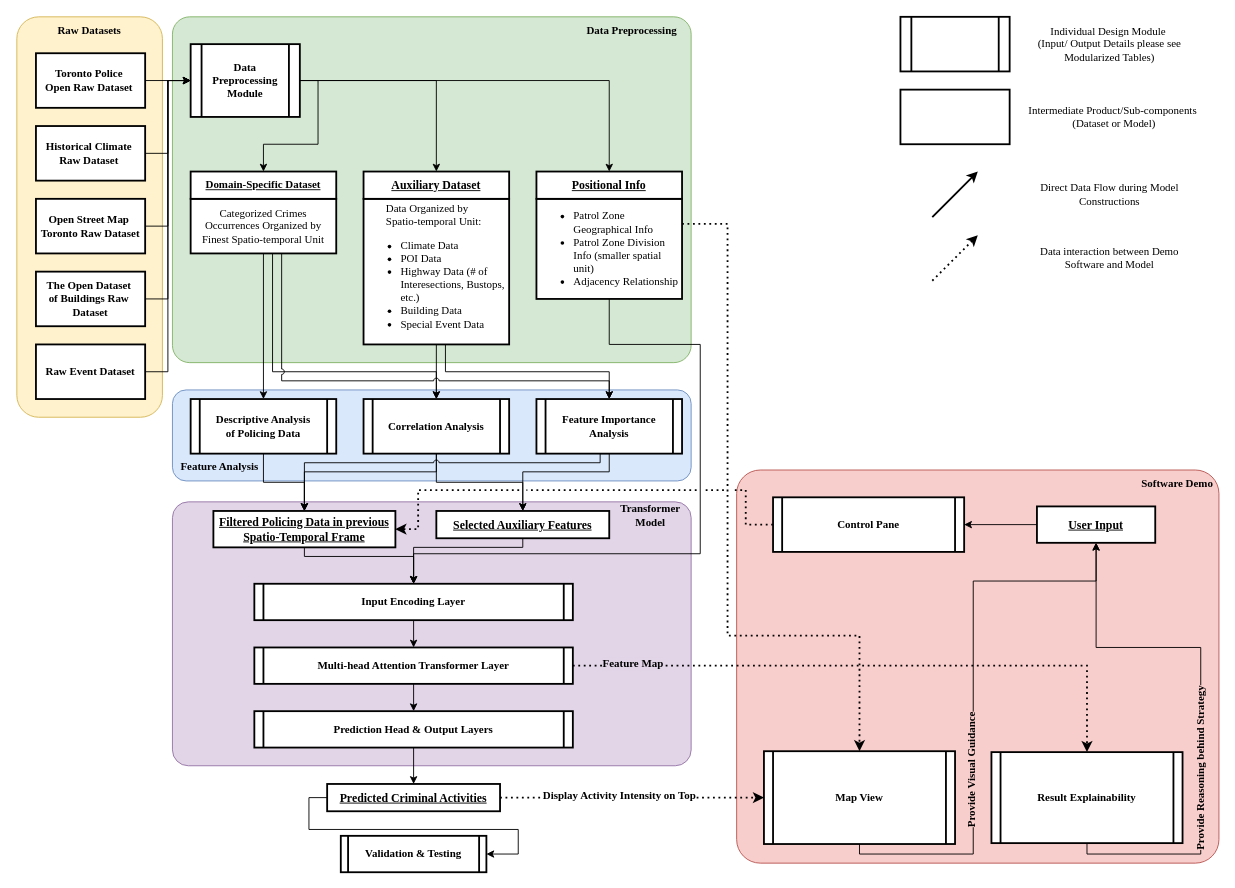
The draw.io diagram data_analysis_initial/Untitled Diagram.drawio in capstone-923/ideal-police, before the edit. Source tidied: cells renumbered, new cells numbered last; positions are measured from the earlier drawing's top-left corner, leaving out a move shared by most shapes. Both pictures are drawn from the tidied source at 91%, with x=0, y=0 at pixel (16, 16).
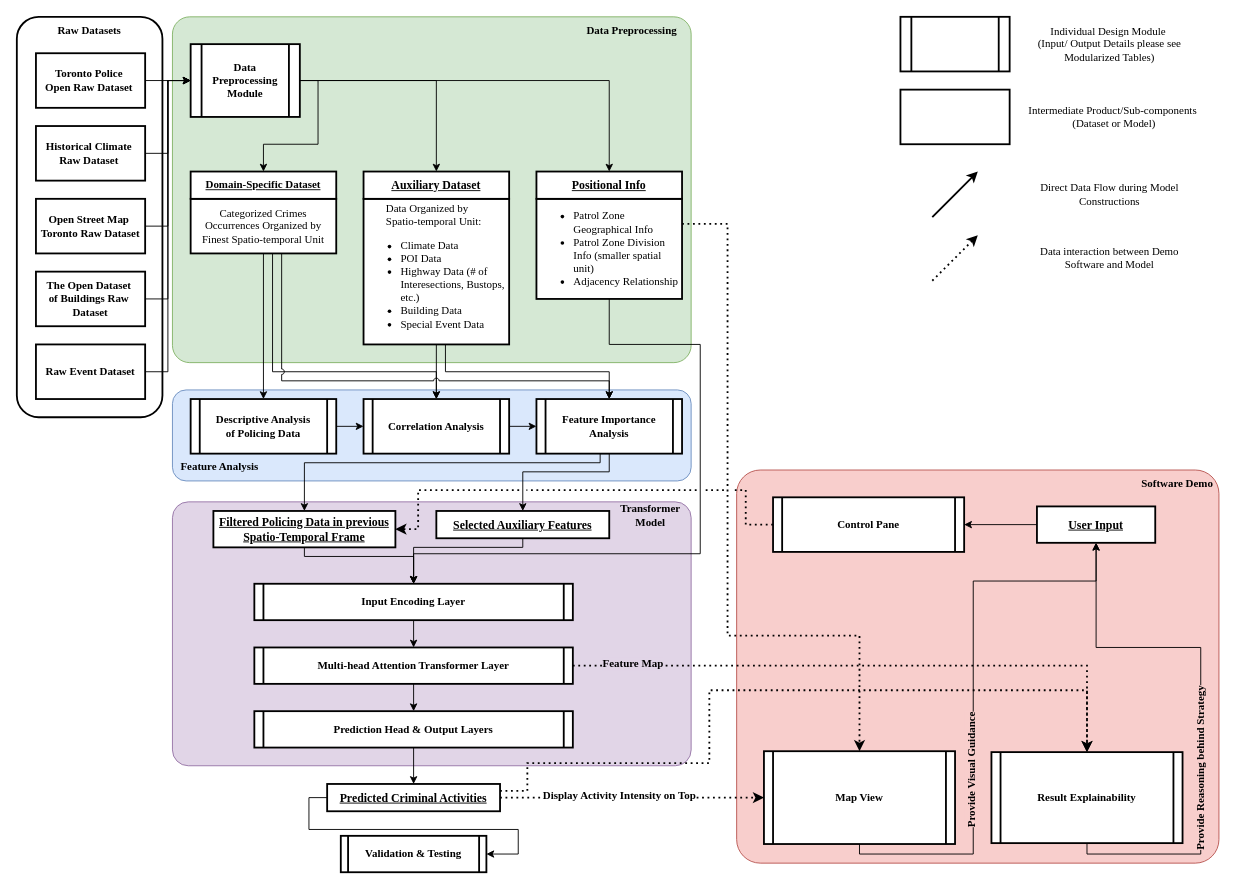
The same page after the edit.

The change refers to these unchanged cells:
```xml
<mxCell id="36" value="Descriptive Analysis&lt;div&gt;of Policing Data&lt;/div&gt;" style="shape=process;whiteSpace=wrap;html=1;backgroundOutline=1;size=0.0625;strokeWidth=2;fontFamily=Times New Roman;fontStyle=1;" parent="1" vertex="1">
  <mxGeometry x="191" y="420" width="160" height="60" as="geometry" />
</mxCell>
<mxCell id="39" value="Correlation Analysis" style="shape=process;whiteSpace=wrap;html=1;backgroundOutline=1;size=0.0625;strokeWidth=2;fontFamily=Times New Roman;fontStyle=1;" parent="1" vertex="1">
  <mxGeometry x="381" y="420" width="160" height="60" as="geometry" />
</mxCell>
<mxCell id="42" value="Feature Importance Analysis" style="shape=process;whiteSpace=wrap;html=1;backgroundOutline=1;size=0.0625;strokeWidth=2;fontFamily=Times New Roman;fontStyle=1;" parent="1" vertex="1">
  <mxGeometry x="571" y="420" width="160" height="60" as="geometry" />
</mxCell>
<mxCell id="44" value="&lt;p class=&quot;p1&quot; style=&quot;margin: 0px; font-stretch: normal; font-size: 13px; line-height: normal; font-size-adjust: none; font-kerning: auto; font-variant-alternates: normal; font-variant-ligatures: normal; font-variant-numeric: normal; font-variant-east-asian: normal; font-variant-position: normal; font-feature-settings: normal; font-optical-sizing: auto; font-variation-settings: normal; text-align: start;&quot;&gt;Selected Auxiliary Features&lt;/p&gt;" style="rounded=0;whiteSpace=wrap;html=1;strokeWidth=2;fontStyle=5;fontFamily=Times New Roman;glass=0;" parent="1" vertex="1">
  <mxGeometry x="461" y="543" width="190" height="30" as="geometry" />
</mxCell>
<mxCell id="46" value="&lt;p style=&quot;margin: 0px; font-stretch: normal; font-size: 13px; line-height: normal; font-size-adjust: none; font-kerning: auto; font-variant-alternates: normal; font-variant-ligatures: normal; font-variant-numeric: normal; font-variant-east-asian: normal; font-variant-position: normal; font-feature-settings: normal; font-optical-sizing: auto; font-variation-settings: normal;&quot; class=&quot;p1&quot;&gt;Filtered Policing Data in previous Spatio-Temporal Frame&lt;/p&gt;" style="rounded=0;whiteSpace=wrap;html=1;strokeWidth=2;fontStyle=5;fontFamily=Times New Roman;glass=0;align=center;" parent="1" vertex="1">
  <mxGeometry x="216" y="543" width="200" height="40" as="geometry" />
</mxCell>
<mxCell id="58" value="&lt;p class=&quot;p1&quot; style=&quot;margin: 0px; font-stretch: normal; font-size: 13px; line-height: normal; font-size-adjust: none; font-kerning: auto; font-variant-alternates: normal; font-variant-ligatures: normal; font-variant-numeric: normal; font-variant-east-asian: normal; font-variant-position: normal; font-feature-settings: normal; font-optical-sizing: auto; font-variation-settings: normal; text-align: start;&quot;&gt;Predicted Criminal Activities&lt;/p&gt;" style="rounded=0;whiteSpace=wrap;html=1;strokeWidth=2;fontStyle=5;fontFamily=Times New Roman;glass=0;" parent="1" vertex="1">
  <mxGeometry x="341" y="843" width="190" height="30" as="geometry" />
</mxCell>
<mxCell id="67" value="Result Explainability" style="shape=process;whiteSpace=wrap;html=1;backgroundOutline=1;strokeWidth=2;size=0.047619047619047616;fontFamily=Times New Roman;fontStyle=1;" parent="1" vertex="1">
  <mxGeometry x="1071" y="808" width="210" height="100" as="geometry" />
</mxCell>
```

The edit, as a diff of the source:
```diff
@@
-    <mxCell id="6" style="rounded=1;whiteSpace=wrap;html=1;fillColor=#fff2cc;strokeColor=#d6b656;" parent="1" vertex="1">
+    <mxCell id="6" style="rounded=1;whiteSpace=wrap;html=1;fillColor=none;strokeColor=#000000;strokeWidth=2;" parent="1" vertex="1">
       <mxGeometry width="160" height="440" as="geometry" />
     </mxCell>
@@
-    <mxCell id="35" style="edgeStyle=orthogonalEdgeStyle;rounded=0;jettySize=auto;html=1;exitX=0.5;exitY=1;exitDx=0;exitDy=0;entryX=0.5;entryY=0;entryDx=0;entryDy=0;" parent="1" edge="1" source="36" target="46">
-      <mxGeometry relative="1" as="geometry" />
-    </mxCell>
+    <mxCell id="82" style="edgeStyle=orthogonalEdgeStyle;rounded=0;jettySize=auto;html=1;exitX=1;exitY=0.5;exitDx=0;exitDy=0;entryX=0;entryY=0.5;entryDx=0;entryDy=0;" parent="1" edge="1" source="36" target="39">
+      <mxGeometry relative="1" as="geometry" />
+    </mxCell>
@@
-    <mxCell id="37" style="edgeStyle=orthogonalEdgeStyle;rounded=0;jettySize=auto;html=1;exitX=0.5;exitY=1;exitDx=0;exitDy=0;entryX=0.5;entryY=0;entryDx=0;entryDy=0;" parent="1" edge="1" source="39" target="44">
-      <mxGeometry relative="1" as="geometry" />
-    </mxCell>
-    <mxCell id="38" style="edgeStyle=orthogonalEdgeStyle;rounded=0;jettySize=auto;html=1;exitX=0.5;exitY=1;exitDx=0;exitDy=0;entryX=0.5;entryY=0;entryDx=0;entryDy=0;" parent="1" edge="1" source="39" target="46">
-      <mxGeometry relative="1" as="geometry">
-        <Array as="points">
-          <mxPoint x="461" y="500" />
-          <mxPoint x="316" y="500" />
-        </Array>
-      </mxGeometry>
-    </mxCell>
+    <mxCell id="83" style="edgeStyle=orthogonalEdgeStyle;rounded=0;jettySize=auto;html=1;exitX=1;exitY=0.5;exitDx=0;exitDy=0;entryX=0;entryY=0.5;entryDx=0;entryDy=0;" parent="1" edge="1" source="39" target="42">
+      <mxGeometry relative="1" as="geometry" />
+    </mxCell>
@@
+    <mxCell id="84" style="edgeStyle=orthogonalEdgeStyle;rounded=0;jettySize=auto;html=1;exitX=1;exitY=0.25;exitDx=0;exitDy=0;entryX=0.5;entryY=0;entryDx=0;entryDy=0;strokeWidth=2;dashed=1;dashPattern=1 2;" parent="1" edge="1" source="58" target="67">
+      <mxGeometry relative="1" as="geometry">
+        <Array as="points">
+          <mxPoint x="561" y="851" />
+          <mxPoint x="561" y="820" />
+          <mxPoint x="761" y="820" />
+          <mxPoint x="761" y="740" />
+          <mxPoint x="1176" y="740" />
+        </Array>
+      </mxGeometry>
+    </mxCell>
```
